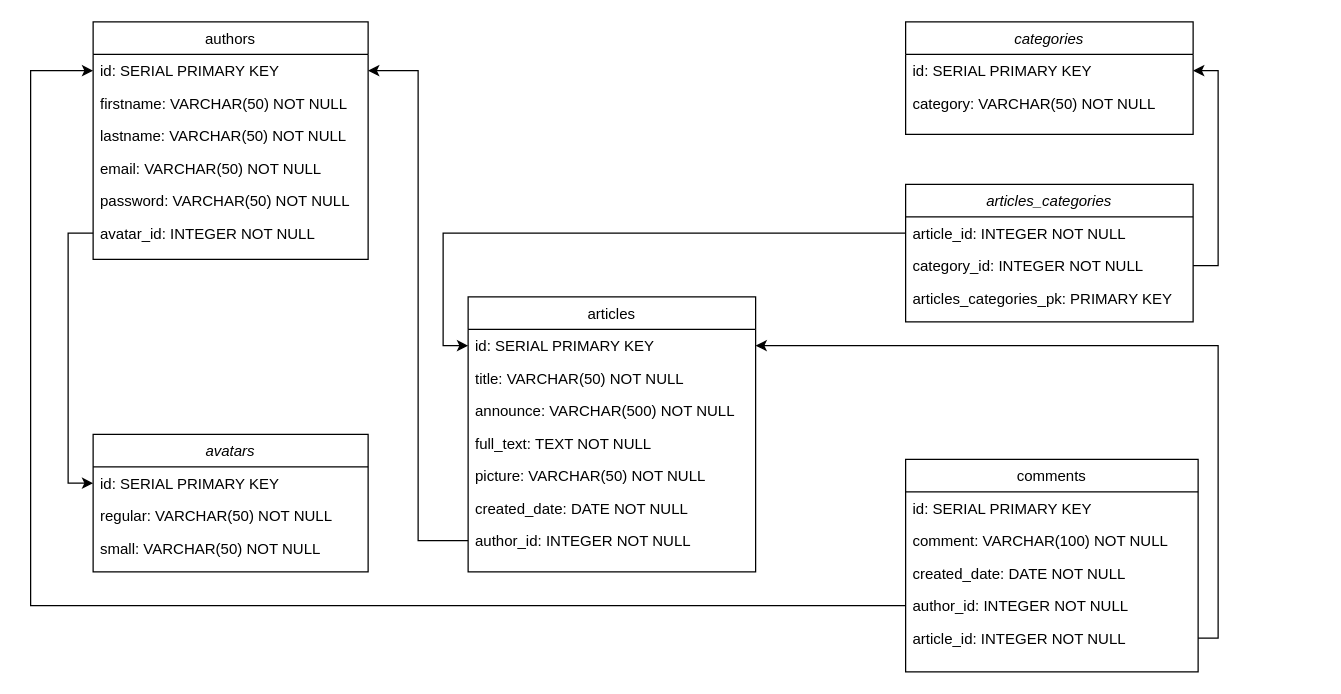
Above: db/typoteka.drawio in htmlacademy-nodejs/352625-typoteka-3 (draw.io), before the change. Source tidied: cells renumbered, new cells numbered last; positions are measured from the earlier drawing's top-left corner, leaving out a move shared by most shapes. Both pictures are drawn from the tidied source at 125%, with x=0, y=0 at pixel (30, 21).
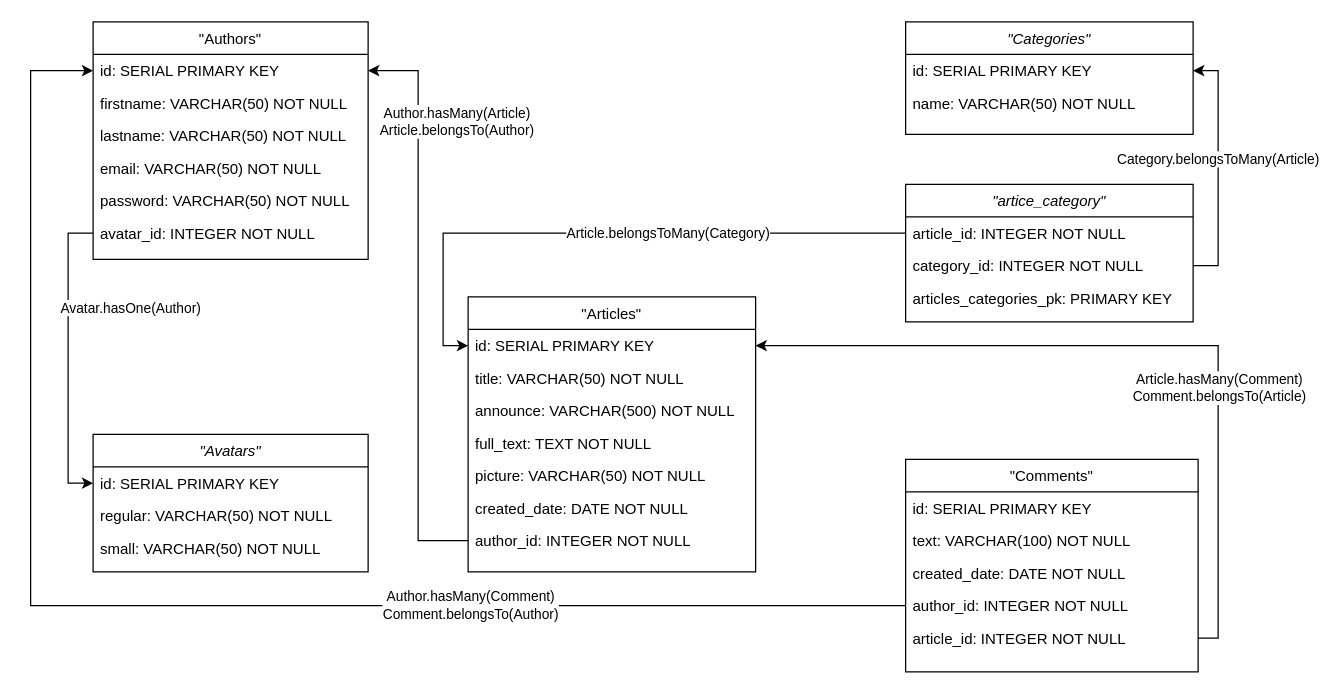
The same diagram, later.

Unchanged cells that the change refers to:
```xml
<mxCell id="6" value="id: SERIAL PRIMARY KEY" style="text;align=left;verticalAlign=top;spacingLeft=4;spacingRight=4;overflow=hidden;points=[[0,0.5],[1,0.5]];portConstraint=eastwest;" parent="5" vertex="1">
  <mxGeometry y="26" width="220" height="26" as="geometry" />
</mxCell>
<mxCell id="11" value="avatar_id: INTEGER NOT NULL" style="text;align=left;verticalAlign=top;spacingLeft=4;spacingRight=4;overflow=hidden;points=[[0,0.5],[1,0.5]];portConstraint=eastwest;" parent="5" vertex="1">
  <mxGeometry y="156" width="220" height="26" as="geometry" />
</mxCell>
<mxCell id="13" value="id: SERIAL PRIMARY KEY" style="text;align=left;verticalAlign=top;spacingLeft=4;spacingRight=4;overflow=hidden;points=[[0,0.5],[1,0.5]];portConstraint=eastwest;" parent="12" vertex="1">
  <mxGeometry y="26" width="230" height="26" as="geometry" />
</mxCell>
<mxCell id="16" value="article_id: INTEGER NOT NULL" style="text;align=left;verticalAlign=top;spacingLeft=4;spacingRight=4;overflow=hidden;points=[[0,0.5],[1,0.5]];portConstraint=eastwest;" parent="15" vertex="1">
  <mxGeometry y="26" width="230" height="26" as="geometry" />
</mxCell>
<mxCell id="17" value="category_id: INTEGER NOT NULL" style="text;align=left;verticalAlign=top;spacingLeft=4;spacingRight=4;overflow=hidden;points=[[0,0.5],[1,0.5]];portConstraint=eastwest;rounded=0;shadow=0;html=0;" parent="15" vertex="1">
  <mxGeometry y="52" width="230" height="26" as="geometry" />
</mxCell>
<mxCell id="20" value="id: SERIAL PRIMARY KEY" style="text;align=left;verticalAlign=top;spacingLeft=4;spacingRight=4;overflow=hidden;points=[[0,0.5],[1,0.5]];portConstraint=eastwest;" parent="19" vertex="1">
  <mxGeometry y="26" width="230" height="26" as="geometry" />
</mxCell>
<mxCell id="27" style="edgeStyle=orthogonalEdgeStyle;rounded=0;jettySize=auto;html=1;exitX=1;exitY=0.5;exitDx=0;exitDy=0;entryX=0;entryY=0.5;entryDx=0;entryDy=0;endArrow=none;endFill=0;startArrow=classic;startFill=1;" parent="1" edge="1" source="6" target="26">
  <mxGeometry relative="1" as="geometry" />
</mxCell>
<mxCell id="30" value="id: SERIAL PRIMARY KEY" style="text;align=left;verticalAlign=top;spacingLeft=4;spacingRight=4;overflow=hidden;points=[[0,0.5],[1,0.5]];portConstraint=eastwest;" parent="29" vertex="1">
  <mxGeometry y="26" width="220" height="26" as="geometry" />
</mxCell>
<mxCell id="33" style="edgeStyle=orthogonalEdgeStyle;rounded=0;jettySize=auto;html=1;exitX=1;exitY=0.5;exitDx=0;exitDy=0;entryX=1;entryY=0.5;entryDx=0;entryDy=0;" parent="1" edge="1" source="40" target="20">
  <mxGeometry relative="1" as="geometry">
    <Array as="points">
      <mxPoint x="950" y="493" />
      <mxPoint x="950" y="259" />
    </Array>
  </mxGeometry>
</mxCell>
<mxCell id="38" value="author_id: INTEGER NOT NULL" style="text;align=left;verticalAlign=top;spacingLeft=4;spacingRight=4;overflow=hidden;points=[[0,0.5],[1,0.5]];portConstraint=eastwest;" parent="34" vertex="1">
  <mxGeometry y="104" width="234" height="26" as="geometry" />
</mxCell>
```

What changed in the source:
```diff
@@
-    <mxCell id="2" style="edgeStyle=orthogonalEdgeStyle;rounded=0;jettySize=auto;html=1;exitX=1;exitY=0.5;exitDx=0;exitDy=0;entryX=1;entryY=0.5;entryDx=0;entryDy=0;startArrow=classic;startFill=1;endArrow=none;endFill=0;" parent="1" edge="1" source="13" target="17">
-      <mxGeometry relative="1" as="geometry">
+    <mxCell id="2" value="Category.belongsToMany(Article)" style="edgeStyle=orthogonalEdgeStyle;rounded=0;jettySize=auto;html=1;exitX=1;exitY=0.5;exitDx=0;exitDy=0;entryX=1;entryY=0.5;entryDx=0;entryDy=0;startArrow=classic;startFill=1;endArrow=none;endFill=0;" parent="1" edge="1" source="13" target="17">
+      <mxGeometry x="-0.07" relative="1" as="geometry">
         <Array as="points">
           <mxPoint x="950" y="39" />
           <mxPoint x="950" y="195" />
         </Array>
       </mxGeometry>
     </mxCell>
-    <mxCell id="3" style="edgeStyle=orthogonalEdgeStyle;rounded=0;jettySize=auto;html=1;exitX=0;exitY=0.5;exitDx=0;exitDy=0;entryX=0;entryY=0.5;entryDx=0;entryDy=0;" parent="1" edge="1" source="16" target="20">
-      <mxGeometry relative="1" as="geometry" />
+    <mxCell id="3" value="Article.belongsToMany(Category)" style="edgeStyle=orthogonalEdgeStyle;rounded=0;jettySize=auto;html=1;exitX=0;exitY=0.5;exitDx=0;exitDy=0;entryX=0;entryY=0.5;entryDx=0;entryDy=0;" parent="1" edge="1" source="16" target="20">
+      <mxGeometry x="-0.21" relative="1" as="geometry" />
     </mxCell>
-    <mxCell id="4" style="edgeStyle=orthogonalEdgeStyle;rounded=0;jettySize=auto;html=1;exitX=0;exitY=0.5;exitDx=0;exitDy=0;entryX=0;entryY=0.5;entryDx=0;entryDy=0;startArrow=classic;startFill=1;endArrow=none;endFill=0;" parent="1" edge="1" source="30" target="11">
-      <mxGeometry relative="1" as="geometry" />
+    <mxCell id="4" value="Avatar.hasOne(Author)" style="edgeStyle=orthogonalEdgeStyle;rounded=0;jettySize=auto;html=1;exitX=0;exitY=0.5;exitDx=0;exitDy=0;entryX=0;entryY=0.5;entryDx=0;entryDy=0;startArrow=classic;startFill=1;endArrow=none;endFill=0;" parent="1" edge="1" source="30" target="11">
+      <mxGeometry x="0.33" y="-50" relative="1" as="geometry" />
     </mxCell>
-    <mxCell id="5" value="authors" style="swimlane;fontStyle=0;align=center;verticalAlign=top;horizontal=1;startSize=26;rounded=0;shadow=0;strokeWidth=1;" parent="1" vertex="1">
+    <mxCell id="5" value="&quot;Authors&quot;" style="swimlane;fontStyle=0;align=center;verticalAlign=top;horizontal=1;startSize=26;rounded=0;shadow=0;strokeWidth=1;" parent="1" vertex="1">
       <mxGeometry x="50" width="220" height="190" as="geometry" />
     </mxCell>
@@
-    <mxCell id="12" value="categories" style="swimlane;fontStyle=2;align=center;verticalAlign=top;horizontal=1;startSize=26;rounded=0;shadow=0;strokeWidth=1;" parent="1" vertex="1">
+    <mxCell id="12" value="&quot;Categories&quot;" style="swimlane;fontStyle=2;align=center;verticalAlign=top;horizontal=1;startSize=26;rounded=0;shadow=0;strokeWidth=1;" parent="1" vertex="1">
       <mxGeometry x="700" width="230" height="90" as="geometry" />
     </mxCell>
@@
-    <mxCell id="14" value="category: VARCHAR(50) NOT NULL" style="text;align=left;verticalAlign=top;spacingLeft=4;spacingRight=4;overflow=hidden;rounded=0;shadow=0;html=0;" parent="12" vertex="1">
+    <mxCell id="14" value="name: VARCHAR(50) NOT NULL" style="text;align=left;verticalAlign=top;spacingLeft=4;spacingRight=4;overflow=hidden;rounded=0;shadow=0;html=0;" parent="12" vertex="1">
       <mxGeometry y="52" width="230" height="26" as="geometry" />
     </mxCell>
-    <mxCell id="15" value="articles_categories" style="swimlane;fontStyle=2;align=center;verticalAlign=top;horizontal=1;startSize=26;rounded=0;shadow=0;strokeWidth=1;" parent="1" vertex="1">
+    <mxCell id="15" value="&quot;artice_category&quot;" style="swimlane;fontStyle=2;align=center;verticalAlign=top;horizontal=1;startSize=26;rounded=0;shadow=0;strokeWidth=1;" parent="1" vertex="1">
       <mxGeometry x="700" y="130" width="230" height="110" as="geometry" />
     </mxCell>
@@
-    <mxCell id="19" value="articles" style="swimlane;fontStyle=0;align=center;verticalAlign=top;horizontal=1;startSize=26;rounded=0;shadow=0;strokeWidth=1;" parent="1" vertex="1">
+    <mxCell id="19" value="&quot;Articles&quot;" style="swimlane;fontStyle=0;align=center;verticalAlign=top;horizontal=1;startSize=26;rounded=0;shadow=0;strokeWidth=1;" parent="1" vertex="1">
       <mxGeometry x="350" y="220" width="230" height="220" as="geometry" />
     </mxCell>
@@
+    <mxCell id="41" value="Author.hasMany(Article)&lt;br&gt;Article.belongsTo(Author)" style="edgeLabel;html=1;align=center;verticalAlign=middle;" parent="27" vertex="1">
+      <mxGeometry x="-0.62" y="1" relative="1" as="geometry">
+        <mxPoint x="29" y="-7" as="offset" />
+      </mxGeometry>
+    </mxCell>
-    <mxCell id="28" style="edgeStyle=orthogonalEdgeStyle;rounded=0;jettySize=auto;html=1;exitX=0;exitY=0.5;exitDx=0;exitDy=0;entryX=0;entryY=0.5;entryDx=0;entryDy=0;startArrow=classic;startFill=1;endArrow=none;endFill=0;" parent="1" edge="1" source="6" target="38">
-      <mxGeometry relative="1" as="geometry">
+    <mxCell id="28" value="Author.hasMany(Comment)&lt;br&gt;Comment.belongsTo(Author)" style="edgeStyle=orthogonalEdgeStyle;rounded=0;jettySize=auto;html=1;exitX=0;exitY=0.5;exitDx=0;exitDy=0;entryX=0;entryY=0.5;entryDx=0;entryDy=0;startArrow=classic;startFill=1;endArrow=none;endFill=0;" parent="1" edge="1" source="6" target="38">
+      <mxGeometry x="0.41" relative="1" as="geometry">
         <Array as="points">
           <mxPoint y="39" />
           <mxPoint y="467" />
         </Array>
       </mxGeometry>
     </mxCell>
-    <mxCell id="29" value="avatars" style="swimlane;fontStyle=2;align=center;verticalAlign=top;horizontal=1;startSize=26;rounded=0;shadow=0;strokeWidth=1;" parent="1" vertex="1">
+    <mxCell id="29" value="&quot;Avatars&quot;" style="swimlane;fontStyle=2;align=center;verticalAlign=top;horizontal=1;startSize=26;rounded=0;shadow=0;strokeWidth=1;" parent="1" vertex="1">
       <mxGeometry x="50" y="330" width="220" height="110" as="geometry" />
     </mxCell>
@@
+    <mxCell id="42" value="Article.hasMany(Comment)&lt;br&gt;Comment.belongsTo(Article)" style="edgeLabel;html=1;align=center;verticalAlign=middle;" parent="33" vertex="1">
+      <mxGeometry x="-0.3" relative="1" as="geometry" />
+    </mxCell>
-    <mxCell id="34" value="comments" style="swimlane;fontStyle=0;align=center;verticalAlign=top;horizontal=1;startSize=26;rounded=0;shadow=0;strokeWidth=1;" parent="1" vertex="1">
+    <mxCell id="34" value="&quot;Comments&quot;" style="swimlane;fontStyle=0;align=center;verticalAlign=top;horizontal=1;startSize=26;rounded=0;shadow=0;strokeWidth=1;" parent="1" vertex="1">
       <mxGeometry x="700" y="350" width="234" height="170" as="geometry" />
     </mxCell>
@@
-    <mxCell id="36" value="comment: VARCHAR(100) NOT NULL" style="text;align=left;verticalAlign=top;spacingLeft=4;spacingRight=4;overflow=hidden;" parent="34" vertex="1">
+    <mxCell id="36" value="text: VARCHAR(100) NOT NULL" style="text;align=left;verticalAlign=top;spacingLeft=4;spacingRight=4;overflow=hidden;" parent="34" vertex="1">
       <mxGeometry y="52" width="234" height="26" as="geometry" />
     </mxCell>
```
